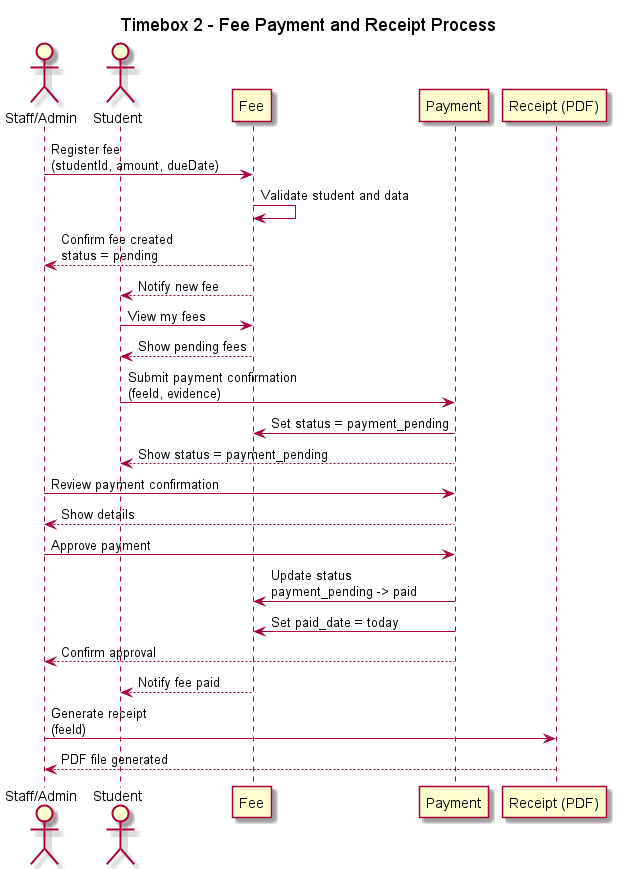
KyawMyoHtay1/academic-portal keeps this PlantUML diagram as out/sequence/Timebox2_FeeSequence/Timebox2_FeeSequence.png. Above is the earlier version. Source of this version:
```plantuml
@startuml
title Timebox 2 - Fee Payment and Receipt Process

actor Staff as "Staff/Admin"
actor Student

participant "Fee" as Fee
participant "Payment" as Payment
participant "Receipt (PDF)" as Receipt

Staff -> Fee: Register fee\n(studentId, amount, dueDate)
Fee -> Fee: Validate student and data
Fee --> Staff: Confirm fee created\nstatus = pending
Fee --> Student: Notify new fee

Student -> Fee: View my fees
Fee --> Student: Show pending fees

Student -> Payment: Submit payment confirmation\n(feeId, evidence)
Payment -> Fee: Set status = payment_pending
Payment --> Student: Show status = payment_pending

Staff -> Payment: Review payment confirmation
Payment --> Staff: Show details

Staff -> Payment: Approve payment
Payment -> Fee: Update status\npayment_pending -> paid
Payment -> Fee: Set paid_date = today
Payment --> Staff: Confirm approval
Fee --> Student: Notify fee paid

Staff -> Receipt: Generate receipt\n(feeId)
Receipt --> Staff: PDF file generated

@enduml
```
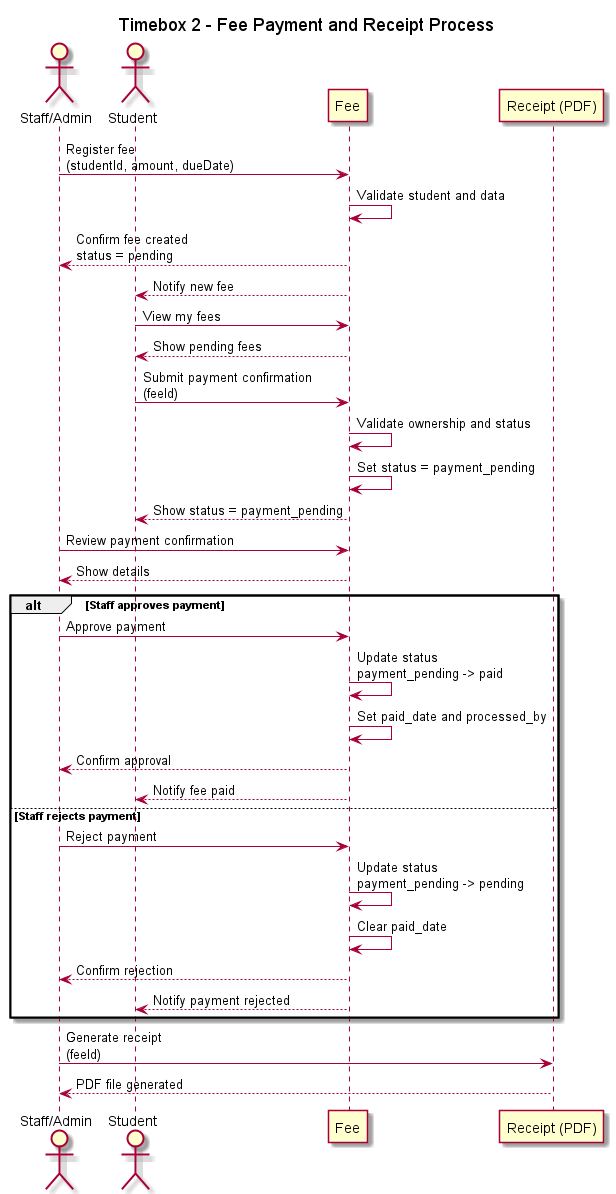
The same diagram one commit later.

Commit message:
Update sequence diagrams: Replace existing PNG files for Timebox1 and Timebox2 sequences, and update Timebox3 sequences to reflect the latest design changes.

What changed in the source:
```diff
@@ -5,7 +5,6 @@
 actor Student
 
 participant "Fee" as Fee
-participant "Payment" as Payment
 participant "Receipt (PDF)" as Receipt
 
 Staff -> Fee: Register fee\n(studentId, amount, dueDate)
@@ -16,18 +15,27 @@
 Student -> Fee: View my fees
 Fee --> Student: Show pending fees
 
-Student -> Payment: Submit payment confirmation\n(feeId, evidence)
-Payment -> Fee: Set status = payment_pending
-Payment --> Student: Show status = payment_pending
+Student -> Fee: Submit payment confirmation\n(feeId)
+Fee -> Fee: Validate ownership and status
+Fee -> Fee: Set status = payment_pending
+Fee --> Student: Show status = payment_pending
 
-Staff -> Payment: Review payment confirmation
-Payment --> Staff: Show details
+Staff -> Fee: Review payment confirmation
+Fee --> Staff: Show details
 
-Staff -> Payment: Approve payment
-Payment -> Fee: Update status\npayment_pending -> paid
-Payment -> Fee: Set paid_date = today
-Payment --> Staff: Confirm approval
-Fee --> Student: Notify fee paid
+alt Staff approves payment
+  Staff -> Fee: Approve payment
+  Fee -> Fee: Update status\npayment_pending -> paid
+  Fee -> Fee: Set paid_date and processed_by
+  Fee --> Staff: Confirm approval
+  Fee --> Student: Notify fee paid
+else Staff rejects payment
+  Staff -> Fee: Reject payment
+  Fee -> Fee: Update status\npayment_pending -> pending
+  Fee -> Fee: Clear paid_date
+  Fee --> Staff: Confirm rejection
+  Fee --> Student: Notify payment rejected
+end
 
 Staff -> Receipt: Generate receipt\n(feeId)
 Receipt --> Staff: PDF file generated
```
